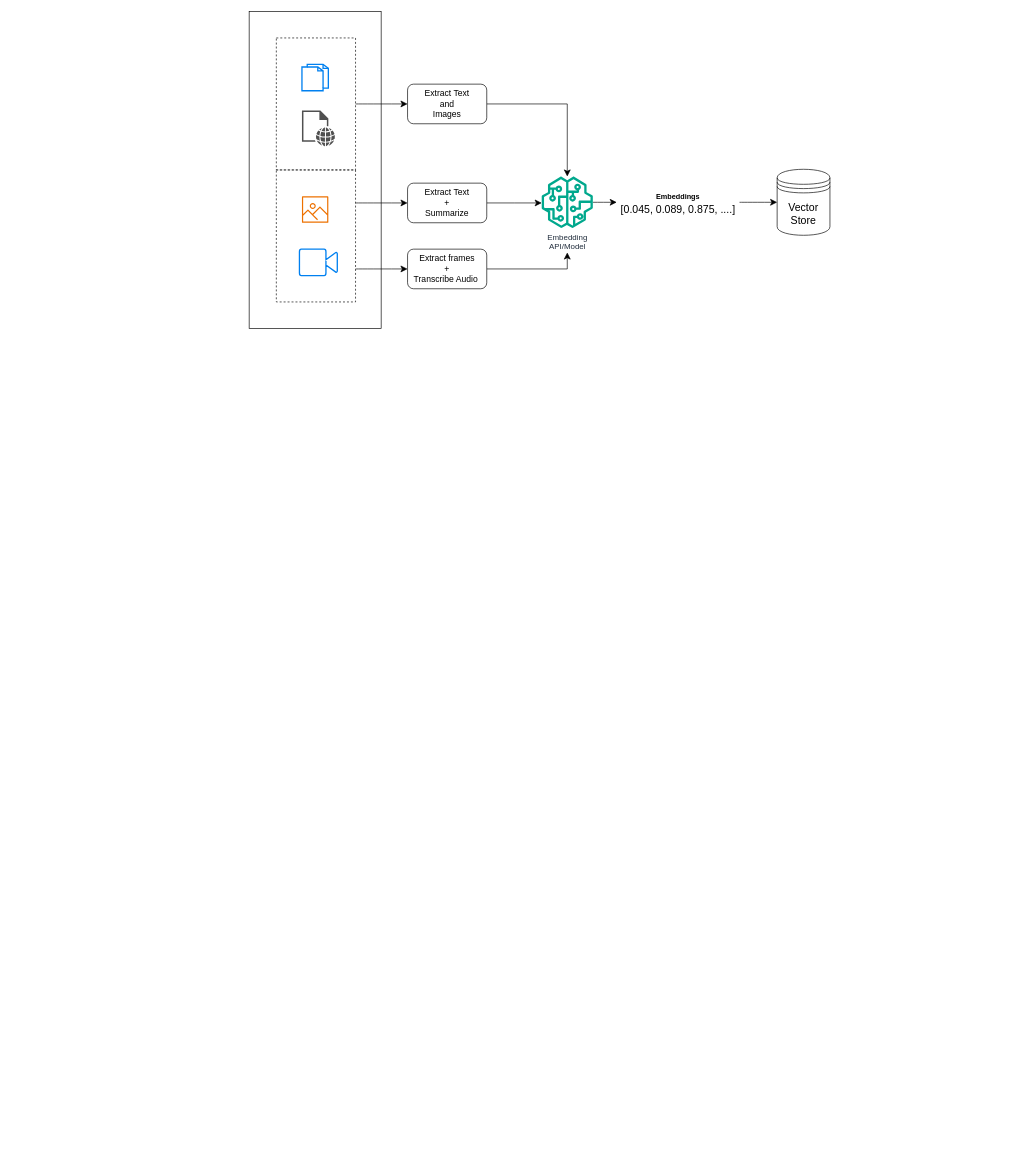
Above: final-project/mm-rag.drawio in KayvanShah1/usc-dsci560-dspp-sp24 (draw.io), before the change. Source tidied: cells renumbered, new cells numbered last; positions are measured from the earlier drawing's top-left corner, leaving out a move shared by most shapes. Both pictures are drawn from the tidied source at 66%, with x=0, y=0 at pixel (249, 11). Pictures stored in the file or linked from it are replaced by grey dashed boxes.
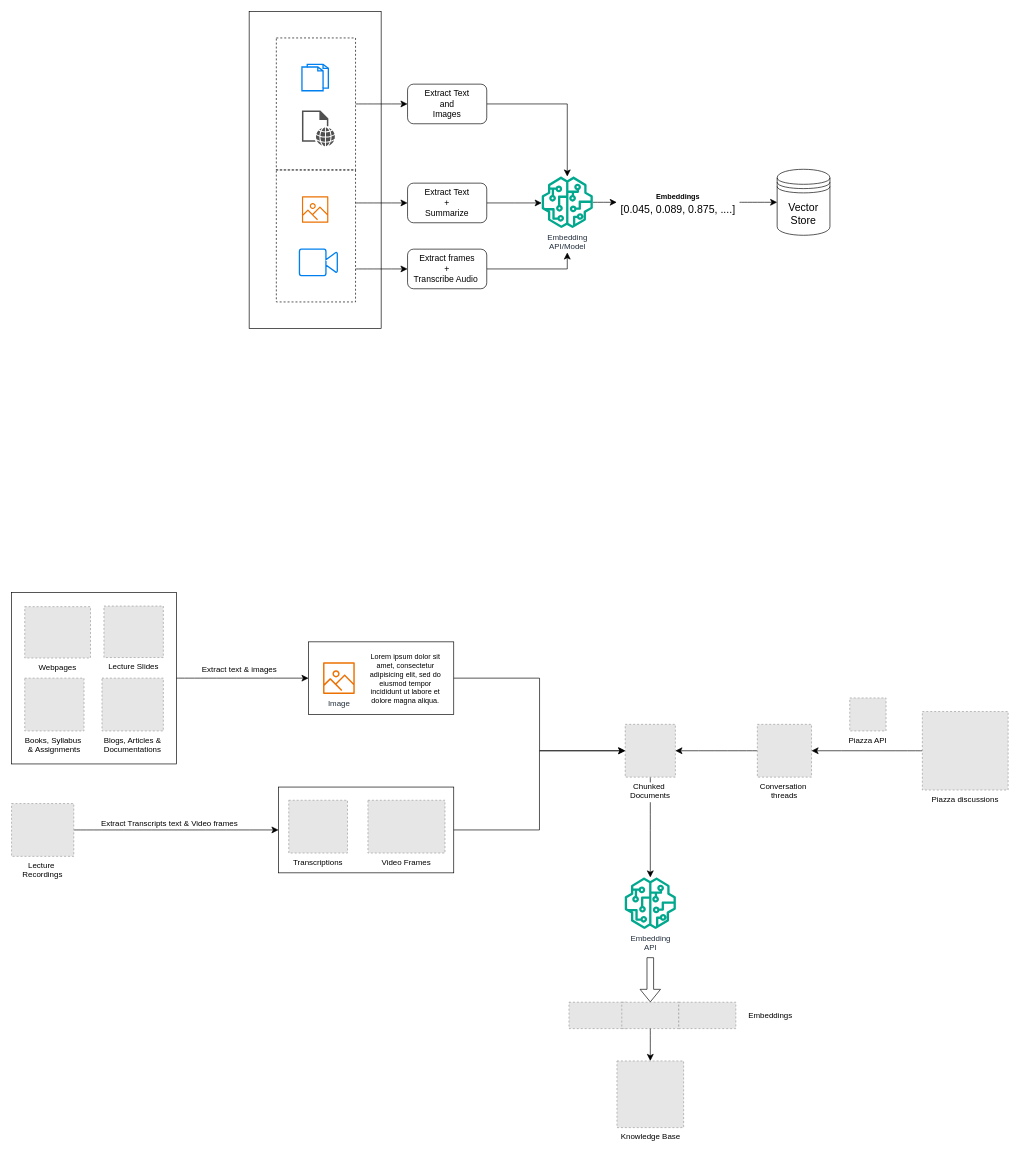
After the change.

The edit, as a diff of the source:
```diff
@@
+    <mxCell id="23" style="group;" parent="1" vertex="1">
+      <mxGeometry x="44.5" y="1175" width="265.5" height="130" as="geometry" />
+    </mxCell>
+    <mxCell id="24" value="Transcriptions" style="fillColor=#E6E6E6;strokeColor=#999999;dashed=1;verticalLabelPosition=bottom;labelBackgroundColor=default;verticalAlign=top;" parent="23" vertex="1">
+      <mxGeometry x="15.5" y="20" width="89" height="80" as="geometry" />
+    </mxCell>
+    <mxCell id="25" value="Video Frames" style="fillColor=#E6E6E6;strokeColor=#999999;dashed=1;verticalLabelPosition=bottom;labelBackgroundColor=default;verticalAlign=top;" parent="23" vertex="1">
+      <mxGeometry x="135.5" y="20" width="116.7" height="80" as="geometry" />
+    </mxCell>
+    <mxCell id="26" style="rounded=0;whiteSpace=wrap;html=1;fillColor=none;" parent="23" vertex="1">
+      <mxGeometry width="265.5" height="130" as="geometry" />
+    </mxCell>
@@
+    <mxCell id="27" style="edgeStyle=none;curved=1;rounded=0;jettySize=auto;html=1;exitX=1;exitY=0.5;exitDx=0;exitDy=0;entryX=0;entryY=0.5;entryDx=0;entryDy=0;fontSize=12;startSize=8;endSize=8;" parent="1" edge="1" source="29" target="26">
+      <mxGeometry relative="1" as="geometry" />
+    </mxCell>
+    <mxCell id="28" value="Extract Transcripts text &amp;amp; Video frames" style="edgeLabel;html=1;align=center;verticalAlign=middle;fontSize=12;" parent="27" vertex="1">
+      <mxGeometry x="-0.1" y="-2" relative="1" as="geometry">
+        <mxPoint x="4" y="-12" as="offset" />
+      </mxGeometry>
+    </mxCell>
+    <mxCell id="29" value="Lecture &#10;Recordings" style="fillColor=#E6E6E6;strokeColor=#999999;dashed=1;verticalLabelPosition=bottom;labelBackgroundColor=default;verticalAlign=top;" parent="1" vertex="1">
+      <mxGeometry x="-360" y="1200" width="94.3" height="80" as="geometry" />
+    </mxCell>
+    <mxCell id="30" style="edgeStyle=none;curved=1;rounded=0;jettySize=auto;html=1;exitX=0;exitY=0.5;exitDx=0;exitDy=0;entryX=1;entryY=0.5;entryDx=0;entryDy=0;fontSize=12;startSize=8;endSize=8;" parent="1" edge="1" source="31" target="59">
+      <mxGeometry relative="1" as="geometry" />
+    </mxCell>
+    <mxCell id="31" value="Piazza discussions" style="fillColor=#E6E6E6;strokeColor=#999999;dashed=1;verticalLabelPosition=bottom;labelBackgroundColor=default;verticalAlign=top;" parent="1" vertex="1">
+      <mxGeometry x="1020" y="1060.6" width="130" height="118.9" as="geometry" />
+    </mxCell>
+    <mxCell id="32" style="edgeStyle=none;curved=1;rounded=0;jettySize=auto;html=1;fontSize=12;shape=flexArrow;endSize=6;sourcePerimeterSpacing=43;" parent="1" edge="1" source="33" target="37">
+      <mxGeometry relative="1" as="geometry" />
+    </mxCell>
+    <mxCell id="33" value="Embedding &lt;br&gt;API" style="sketch=0;outlineConnect=0;fontColor=#232F3E;gradientColor=none;fillColor=#01A88D;strokeColor=none;dashed=0;verticalLabelPosition=bottom;verticalAlign=top;align=center;html=1;fontSize=12;fontStyle=0;shape=mxgraph.aws4.sagemaker_model;" parent="1" vertex="1">
+      <mxGeometry x="568.8" y="1312" width="78" height="78" as="geometry" />
+    </mxCell>
+    <mxCell id="34" value="Piazza API" style="fillColor=#E6E6E6;strokeColor=#999999;dashed=1;verticalLabelPosition=bottom;labelBackgroundColor=default;verticalAlign=top;" parent="1" vertex="1">
+      <mxGeometry x="910" y="1040" width="55" height="50" as="geometry" />
+    </mxCell>
+    <mxCell id="35" style="group;" parent="1" vertex="1">
+      <mxGeometry x="484.6" y="1501" width="252.7" height="40" as="geometry" />
+    </mxCell>
+    <mxCell id="36" style="fillColor=#E6E6E6;strokeColor=#999999;dashed=1;verticalLabelPosition=bottom;labelBackgroundColor=default;verticalAlign=top;" parent="35" vertex="1">
+      <mxGeometry width="86.4" height="40" as="geometry" />
+    </mxCell>
+    <mxCell id="37" style="fillColor=#E6E6E6;strokeColor=#999999;dashed=1;verticalLabelPosition=bottom;labelBackgroundColor=default;verticalAlign=top;" parent="35" vertex="1">
+      <mxGeometry x="80" width="86.4" height="40" as="geometry" />
+    </mxCell>
+    <mxCell id="38" style="fillColor=#E6E6E6;strokeColor=#999999;dashed=1;verticalLabelPosition=bottom;labelBackgroundColor=default;verticalAlign=top;" parent="35" vertex="1">
+      <mxGeometry x="166.4" width="86.4" height="40" as="geometry" />
+    </mxCell>
+    <mxCell id="39" style="group;" parent="1" vertex="1">
+      <mxGeometry x="-360" y="880" width="250" height="260" as="geometry" />
+    </mxCell>
+    <mxCell id="40" value="Lecture Slides" style="fillColor=#E6E6E6;strokeColor=#999999;dashed=1;verticalLabelPosition=bottom;labelBackgroundColor=default;verticalAlign=top;" parent="39" vertex="1">
+      <mxGeometry x="140" y="20.8" width="90" height="78" as="geometry" />
+    </mxCell>
+    <mxCell id="41" value="Books, Syllabus &#10;&amp; Assignments" style="fillColor=#E6E6E6;strokeColor=#999999;dashed=1;verticalLabelPosition=bottom;labelBackgroundColor=default;verticalAlign=top;" parent="39" vertex="1">
+      <mxGeometry x="20" y="130" width="89.8" height="80" as="geometry" />
+    </mxCell>
+    <mxCell id="42" value="Blogs, Articles &amp;&#10;Documentations" style="fillColor=#E6E6E6;strokeColor=#999999;dashed=1;verticalLabelPosition=bottom;labelBackgroundColor=default;verticalAlign=top;" parent="39" vertex="1">
+      <mxGeometry x="137" y="130" width="93" height="80" as="geometry" />
+    </mxCell>
+    <mxCell id="43" value="Webpages" style="fillColor=#E6E6E6;strokeColor=#999999;dashed=1;verticalLabelPosition=bottom;labelBackgroundColor=default;verticalAlign=top;" parent="39" vertex="1">
+      <mxGeometry x="20" y="21.7" width="99.6" height="77.8" as="geometry" />
+    </mxCell>
+    <mxCell id="44" style="rounded=0;whiteSpace=wrap;html=1;fillColor=none;" parent="39" vertex="1">
+      <mxGeometry width="250" height="260" as="geometry" />
+    </mxCell>
+    <mxCell id="45" style="edgeStyle=none;curved=1;rounded=0;jettySize=auto;html=1;fontSize=12;startSize=8;endSize=8;entryX=0;entryY=0.5;entryDx=0;entryDy=0;exitX=1;exitY=0.5;exitDx=0;exitDy=0;" parent="1" edge="1" source="44" target="52">
+      <mxGeometry relative="1" as="geometry" />
+    </mxCell>
+    <mxCell id="46" value="Extract text &amp;amp; images" style="edgeLabel;html=1;align=center;verticalAlign=middle;fontSize=12;" parent="45" vertex="1">
+      <mxGeometry x="-0.02" y="1" relative="1" as="geometry">
+        <mxPoint x="-4" y="-13" as="offset" />
+      </mxGeometry>
+    </mxCell>
+    <mxCell id="47" style="edgeStyle=none;curved=1;rounded=0;jettySize=auto;html=1;fontSize=12;startSize=8;endSize=8;" parent="1" edge="1" source="48" target="33">
+      <mxGeometry relative="1" as="geometry" />
+    </mxCell>
+    <mxCell id="48" value="Chunked &#10;Documents" style="fillColor=#E6E6E6;strokeColor=#999999;dashed=1;verticalLabelPosition=bottom;labelBackgroundColor=default;verticalAlign=top;" parent="1" vertex="1">
+      <mxGeometry x="569.8" y="1080" width="76" height="80" as="geometry" />
+    </mxCell>
+    <mxCell id="49" value="Knowledge Base" style="fillColor=#E6E6E6;strokeColor=#999999;dashed=1;html=1;verticalAlign=top;verticalLabelPosition=bottom;labelBackgroundColor=#ffffff;" parent="1" vertex="1">
+      <mxGeometry x="557.3" y="1590" width="101" height="101" as="geometry" />
+    </mxCell>
+    <mxCell id="50" style="edgeStyle=none;curved=1;rounded=0;jettySize=auto;html=1;fontSize=12;startSize=8;endSize=8;" parent="1" edge="1" source="37" target="49">
+      <mxGeometry relative="1" as="geometry" />
+    </mxCell>
+    <mxCell id="51" style="group;" parent="1" vertex="1">
+      <mxGeometry x="90" y="955" width="220" height="110" as="geometry" />
+    </mxCell>
+    <mxCell id="52" style="rounded=0;whiteSpace=wrap;html=1;fillColor=none;" parent="51" vertex="1">
+      <mxGeometry width="220" height="110" as="geometry" />
+    </mxCell>
+    <mxCell id="53" value="Image" style="sketch=0;fontColor=#232F3E;gradientColor=none;fillColor=#ED7100;strokeColor=none;dashed=0;verticalLabelPosition=bottom;verticalAlign=top;align=center;html=1;fontSize=12;fontStyle=0;shape=mxgraph.aws4.container_registry_image;" parent="51" vertex="1">
+      <mxGeometry x="22" y="31" width="48" height="48" as="geometry" />
+    </mxCell>
+    <mxCell id="54" value="&lt;h1 style=&quot;margin-top: 0px; font-size: 11px;&quot;&gt;&lt;span style=&quot;background-color: initial; font-size: 11px; font-weight: normal;&quot;&gt;Lorem ipsum dolor sit amet, consectetur adipisicing elit, sed do eiusmod tempor incididunt ut labore et dolore magna aliqua.&lt;/span&gt;&lt;br style=&quot;font-size: 11px;&quot;&gt;&lt;/h1&gt;" style="text;html=1;whiteSpace=wrap;overflow=hidden;rounded=0;fontSize=11;align=center;" parent="51" vertex="1">
+      <mxGeometry x="82" y="10" width="130" height="90" as="geometry" />
+    </mxCell>
+    <mxCell id="55" style="edgeStyle=orthogonalEdgeStyle;rounded=0;jettySize=auto;html=1;exitX=1;exitY=0.5;exitDx=0;exitDy=0;entryX=0;entryY=0.5;entryDx=0;entryDy=0;fontSize=12;startSize=8;endSize=8;elbow=vertical;" parent="1" edge="1" source="52" target="48">
+      <mxGeometry relative="1" as="geometry">
+        <Array as="points">
+          <mxPoint x="440" y="1010" />
+          <mxPoint x="440" y="1120" />
+        </Array>
+      </mxGeometry>
+    </mxCell>
+    <mxCell id="56" style="edgeStyle=orthogonalEdgeStyle;rounded=0;jettySize=auto;html=1;exitX=1;exitY=0.5;exitDx=0;exitDy=0;fontSize=12;startSize=8;endSize=8;entryX=0;entryY=0.5;entryDx=0;entryDy=0;" parent="1" edge="1" source="26" target="48">
+      <mxGeometry relative="1" as="geometry" />
+    </mxCell>
+    <mxCell id="57" value="Embeddings" style="text;html=1;align=center;verticalAlign=middle;whiteSpace=wrap;rounded=0;" parent="1" vertex="1">
+      <mxGeometry x="750" y="1506" width="80" height="30" as="geometry" />
+    </mxCell>
+    <mxCell id="58" style="edgeStyle=none;curved=1;rounded=0;jettySize=auto;html=1;exitX=0;exitY=0.5;exitDx=0;exitDy=0;entryX=1;entryY=0.5;entryDx=0;entryDy=0;fontSize=12;startSize=8;endSize=8;" parent="1" edge="1" source="59" target="48">
+      <mxGeometry relative="1" as="geometry" />
+    </mxCell>
+    <mxCell id="59" value="Conversation &#10;threads" style="fillColor=#E6E6E6;strokeColor=#999999;dashed=1;verticalLabelPosition=bottom;labelBackgroundColor=default;verticalAlign=top;" parent="1" vertex="1">
+      <mxGeometry x="770" y="1080" width="82.1" height="80" as="geometry" />
+    </mxCell>
```
